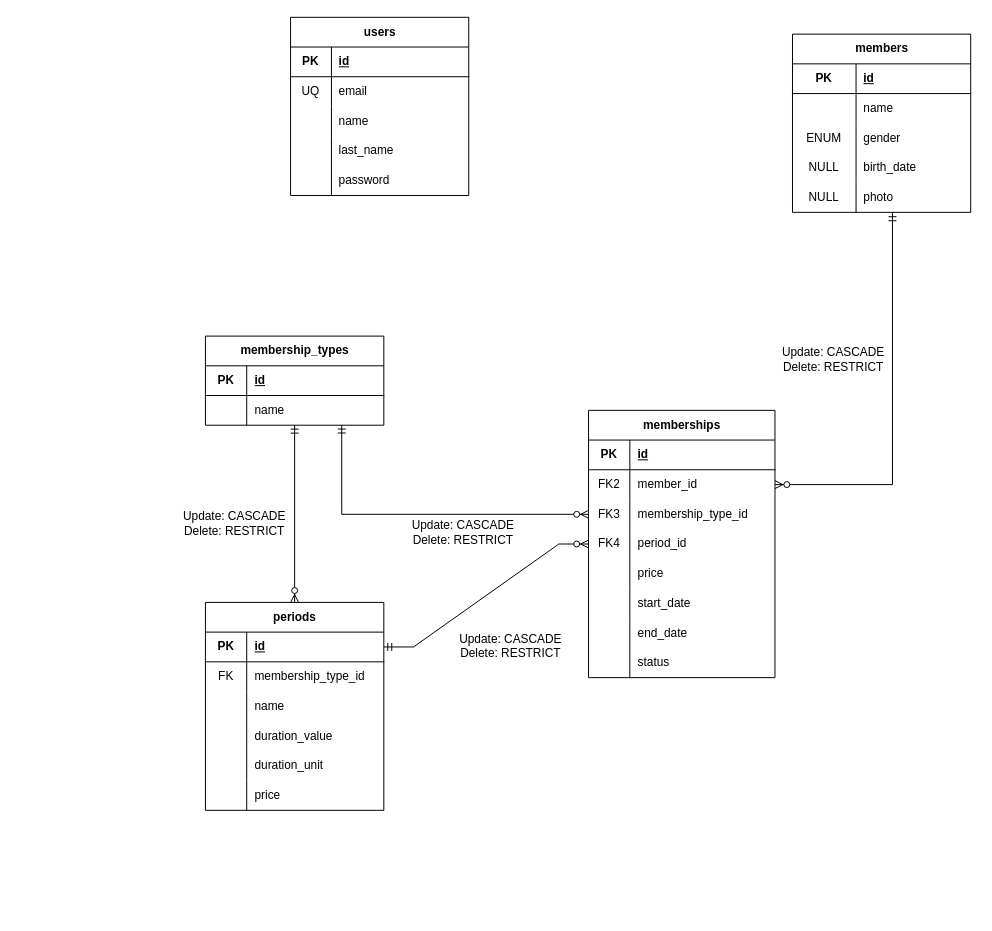
This is docs/logical-design.drawio from hdz-kevin/TecnoGym, a draw.io file, before an edit. Source tidied: cells renumbered, new cells numbered last; positions are measured from the earlier drawing's top-left corner, leaving out a move shared by most shapes. Both pictures are drawn from the tidied source at 99%, with x=0, y=0 at pixel (173, 17).
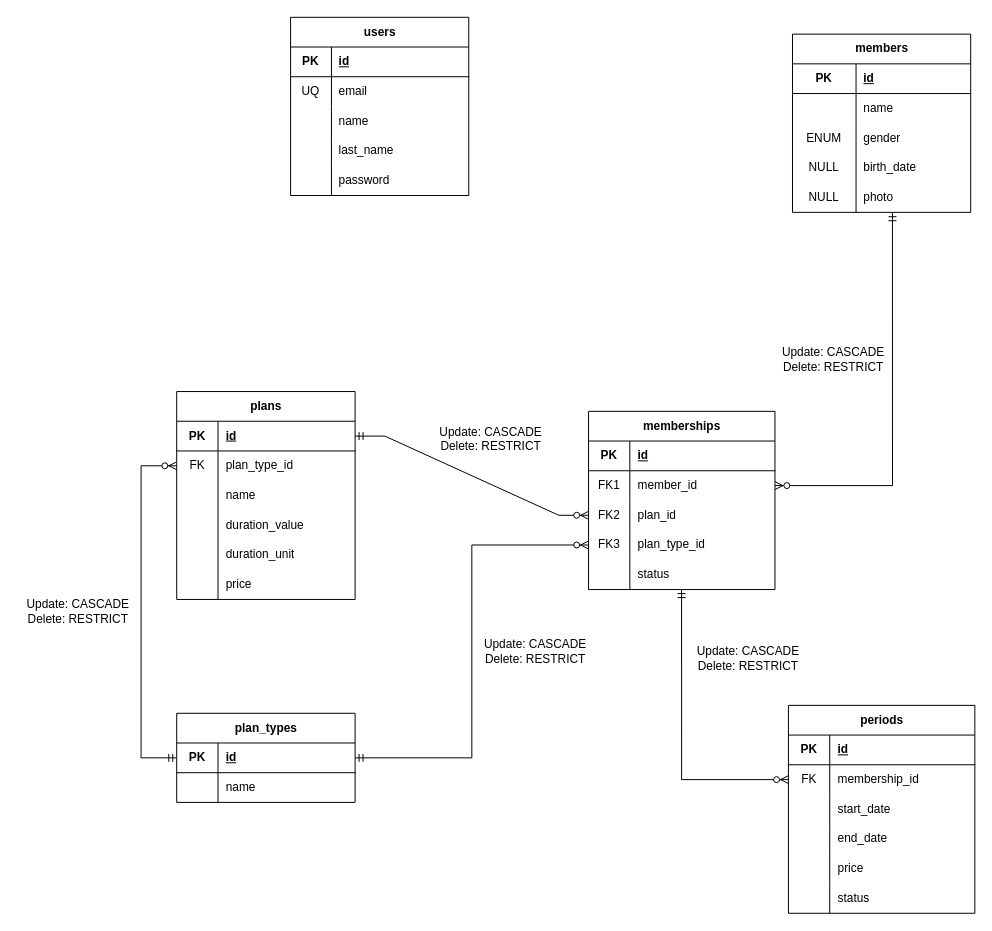
After the change.

Commit message:
update database design

Unchanged cells that the change refers to:
```xml
<mxCell id="35" style="shape=tableRow;horizontal=0;startSize=0;swimlaneHead=0;swimlaneBody=0;fillColor=none;points=[[0,0.5],[1,0.5]];portConstraint=eastwest;top=0;left=0;right=0;bottom=1;" parent="34" vertex="1">
  <mxGeometry y="30" width="180.2" height="30" as="geometry" />
</mxCell>
<mxCell id="38" style="shape=tableRow;horizontal=0;startSize=0;swimlaneHead=0;swimlaneBody=0;fillColor=none;points=[[0,0.5],[1,0.5]];portConstraint=eastwest;top=0;left=0;right=0;bottom=0;" parent="34" vertex="1">
  <mxGeometry y="60" width="180.2" height="30" as="geometry" />
</mxCell>
<mxCell id="42" style="shape=tableRow;horizontal=0;startSize=0;swimlaneHead=0;swimlaneBody=0;fillColor=none;points=[[0,0.5],[1,0.5]];portConstraint=eastwest;top=0;left=0;right=0;bottom=1;" parent="41" vertex="1">
  <mxGeometry y="30" width="180.2" height="30" as="geometry" />
</mxCell>
<mxCell id="45" style="shape=tableRow;horizontal=0;startSize=0;swimlaneHead=0;swimlaneBody=0;fillColor=none;points=[[0,0.5],[1,0.5]];portConstraint=eastwest;top=0;left=0;right=0;bottom=0;" parent="41" vertex="1">
  <mxGeometry y="60" width="180.2" height="30" as="geometry" />
</mxCell>
<mxCell id="65" style="shape=tableRow;horizontal=0;startSize=0;swimlaneHead=0;swimlaneBody=0;fillColor=none;points=[[0,0.5],[1,0.5]];portConstraint=eastwest;top=0;left=0;right=0;bottom=0;" parent="61" vertex="1">
  <mxGeometry y="60" width="188.3" height="30" as="geometry" />
</mxCell>
<mxCell id="68" style="shape=tableRow;horizontal=0;startSize=0;swimlaneHead=0;swimlaneBody=0;fillColor=none;points=[[0,0.5],[1,0.5]];portConstraint=eastwest;top=0;left=0;right=0;bottom=0;" parent="61" vertex="1">
  <mxGeometry y="90" width="188.3" height="30" as="geometry" />
</mxCell>
<mxCell id="71" style="shape=tableRow;horizontal=0;startSize=0;swimlaneHead=0;swimlaneBody=0;fillColor=none;points=[[0,0.5],[1,0.5]];portConstraint=eastwest;top=0;left=0;right=0;bottom=0;" parent="61" vertex="1">
  <mxGeometry y="120" width="188.3" height="30" as="geometry" />
</mxCell>
```

Diff of the diagram source:
```diff
@@
-    <mxCell id="34" value="membership_types" style="shape=table;startSize=30;childLayout=tableLayout;rowLines=0;fontStyle=1;align=center;html=1;" parent="1" vertex="1">
-      <mxGeometry x="32" y="322" width="180.2" height="90" as="geometry" />
+    <mxCell id="34" value="plan_types" style="shape=table;startSize=30;childLayout=tableLayout;rowLines=0;fontStyle=1;align=center;html=1;" parent="1" vertex="1">
+      <mxGeometry x="3" y="703" width="180.2" height="90" as="geometry" />
     </mxCell>
@@
-    <mxCell id="41" value="periods" style="shape=table;startSize=30;childLayout=tableLayout;rowLines=0;fontStyle=1;align=center;html=1;" parent="1" vertex="1">
-      <mxGeometry x="32" y="591" width="180.2" height="210" as="geometry" />
+    <mxCell id="41" value="plans" style="shape=table;startSize=30;childLayout=tableLayout;rowLines=0;fontStyle=1;align=center;html=1;" parent="1" vertex="1">
+      <mxGeometry x="3" y="378" width="180.2" height="210" as="geometry" />
     </mxCell>
@@
-    <mxCell id="47" value="membership_type_id" style="shape=partialRectangle;fillColor=none;top=0;left=0;bottom=0;right=0;align=left;spacingLeft=6;overflow=hidden;whiteSpace=wrap;html=1;" parent="45" vertex="1">
+    <mxCell id="47" value="plan_type_id" style="shape=partialRectangle;fillColor=none;top=0;left=0;bottom=0;right=0;align=left;spacingLeft=6;overflow=hidden;whiteSpace=wrap;html=1;" parent="45" vertex="1">
       <mxGeometry x="41.7" width="138.4" height="30" as="geometry" />
     </mxCell>
@@
-    <mxCell id="60" style="fontSize=12;html=1;endArrow=ERzeroToMany;startArrow=ERmandOne;rounded=0;entryX=0.5;entryY=0;entryDx=0;entryDy=0;exitX=0.5;exitY=1;exitDx=0;exitDy=0;" parent="1" edge="1" source="34" target="41">
-      <mxGeometry relative="1" as="geometry" />
+    <mxCell id="60" style="fontSize=12;html=1;endArrow=ERzeroToMany;startArrow=ERmandOne;rounded=0;exitX=0;exitY=0.5;exitDx=0;exitDy=0;entryX=0;entryY=0.5;entryDx=0;entryDy=0;edgeStyle=orthogonalEdgeStyle;" parent="1" edge="1" source="35" target="45">
+      <mxGeometry relative="1" as="geometry">
+        <Array as="points">
+          <mxPoint x="-33" y="748" />
+          <mxPoint x="-33" y="453" />
+        </Array>
+      </mxGeometry>
     </mxCell>
     <mxCell id="61" value="memberships" style="shape=table;startSize=30;childLayout=tableLayout;rowLines=0;fontStyle=1;align=center;html=1;" parent="1" vertex="1">
-      <mxGeometry x="419" y="397" width="188.3" height="270" as="geometry" />
+      <mxGeometry x="419" y="398" width="188.3" height="180" as="geometry" />
     </mxCell>
@@
-    <mxCell id="66" value="FK2" style="shape=partialRectangle;fillColor=none;top=0;left=0;bottom=0;right=0;overflow=hidden;whiteSpace=wrap;html=1;" parent="65" vertex="1">
+    <mxCell id="66" value="FK1" style="shape=partialRectangle;fillColor=none;top=0;left=0;bottom=0;right=0;overflow=hidden;whiteSpace=wrap;html=1;" parent="65" vertex="1">
       <mxGeometry width="41.7" height="30" as="geometry" />
     </mxCell>
@@
-    <mxCell id="69" value="FK3" style="shape=partialRectangle;fillColor=none;top=0;left=0;bottom=0;right=0;overflow=hidden;whiteSpace=wrap;html=1;" parent="68" vertex="1">
+    <mxCell id="69" value="FK2" style="shape=partialRectangle;fillColor=none;top=0;left=0;bottom=0;right=0;overflow=hidden;whiteSpace=wrap;html=1;" parent="68" vertex="1">
       <mxGeometry width="41.7" height="30" as="geometry" />
     </mxCell>
-    <mxCell id="70" value="membership_type_id" style="shape=partialRectangle;fillColor=none;top=0;left=0;bottom=0;right=0;align=left;spacingLeft=6;overflow=hidden;whiteSpace=wrap;html=1;" parent="68" vertex="1">
+    <mxCell id="70" value="plan_id" style="shape=partialRectangle;fillColor=none;top=0;left=0;bottom=0;right=0;align=left;spacingLeft=6;overflow=hidden;whiteSpace=wrap;html=1;" parent="68" vertex="1">
       <mxGeometry x="41.7" width="146.5" height="30" as="geometry" />
     </mxCell>
@@
-    <mxCell id="72" value="FK4" style="shape=partialRectangle;fillColor=none;top=0;left=0;bottom=0;right=0;overflow=hidden;whiteSpace=wrap;html=1;" parent="71" vertex="1">
+    <mxCell id="72" value="FK3" style="shape=partialRectangle;fillColor=none;top=0;left=0;bottom=0;right=0;overflow=hidden;whiteSpace=wrap;html=1;" parent="71" vertex="1">
       <mxGeometry width="41.7" height="30" as="geometry" />
     </mxCell>
-    <mxCell id="73" value="period_id" style="shape=partialRectangle;fillColor=none;top=0;left=0;bottom=0;right=0;align=left;spacingLeft=6;overflow=hidden;whiteSpace=wrap;html=1;" parent="71" vertex="1">
+    <mxCell id="73" value="plan_type_id" style="shape=partialRectangle;fillColor=none;top=0;left=0;bottom=0;right=0;align=left;spacingLeft=6;overflow=hidden;whiteSpace=wrap;html=1;" parent="71" vertex="1">
       <mxGeometry x="41.7" width="146.5" height="30" as="geometry" />
     </mxCell>
-    <mxCell id="74" style="shape=tableRow;horizontal=0;startSize=0;swimlaneHead=0;swimlaneBody=0;fillColor=none;top=0;left=0;right=0;bottom=0;" parent="61" vertex="1">
-      <mxGeometry y="150" width="188.3" height="30" as="geometry" />
-    </mxCell>
-    <mxCell id="75" style="shape=partialRectangle;fillColor=none;top=0;left=0;bottom=0;right=0;overflow=hidden;whiteSpace=wrap;html=1;" parent="74" vertex="1">
-      <mxGeometry width="41.7" height="30" as="geometry" />
-    </mxCell>
-    <mxCell id="76" value="price" style="shape=partialRectangle;fillColor=none;top=0;left=0;bottom=0;right=0;align=left;spacingLeft=6;overflow=hidden;whiteSpace=wrap;html=1;" parent="74" vertex="1">
-      <mxGeometry x="41.7" width="146.5" height="30" as="geometry" />
-    </mxCell>
-    <mxCell id="77" style="shape=tableRow;horizontal=0;startSize=0;swimlaneHead=0;swimlaneBody=0;fillColor=none;top=0;left=0;right=0;bottom=0;" parent="61" vertex="1">
-      <mxGeometry y="180" width="188.3" height="30" as="geometry" />
-    </mxCell>
-    <mxCell id="78" style="shape=partialRectangle;fillColor=none;top=0;left=0;bottom=0;right=0;overflow=hidden;whiteSpace=wrap;html=1;" parent="77" vertex="1">
-      <mxGeometry width="41.7" height="30" as="geometry" />
-    </mxCell>
-    <mxCell id="79" value="start_date" style="shape=partialRectangle;fillColor=none;top=0;left=0;bottom=0;right=0;align=left;spacingLeft=6;overflow=hidden;whiteSpace=wrap;html=1;" parent="77" vertex="1">
-      <mxGeometry x="41.7" width="146.5" height="30" as="geometry" />
-    </mxCell>
-    <mxCell id="80" style="shape=tableRow;horizontal=0;startSize=0;swimlaneHead=0;swimlaneBody=0;fillColor=none;top=0;left=0;right=0;bottom=0;" parent="61" vertex="1">
-      <mxGeometry y="210" width="188.3" height="30" as="geometry" />
-    </mxCell>
-    <mxCell id="81" style="shape=partialRectangle;fillColor=none;top=0;left=0;bottom=0;right=0;overflow=hidden;whiteSpace=wrap;html=1;" parent="80" vertex="1">
-      <mxGeometry width="41.7" height="30" as="geometry" />
-    </mxCell>
-    <mxCell id="82" value="end_date" style="shape=partialRectangle;fillColor=none;top=0;left=0;bottom=0;right=0;align=left;spacingLeft=6;overflow=hidden;whiteSpace=wrap;html=1;" parent="80" vertex="1">
-      <mxGeometry x="41.7" width="146.5" height="30" as="geometry" />
-    </mxCell>
     <mxCell id="83" style="shape=tableRow;horizontal=0;startSize=0;swimlaneHead=0;swimlaneBody=0;fillColor=none;points=[[0,0.5],[1,0.5]];portConstraint=eastwest;top=0;left=0;right=0;bottom=0;" parent="61" vertex="1">
-      <mxGeometry y="240" width="188.3" height="30" as="geometry" />
+      <mxGeometry y="150" width="188.3" height="30" as="geometry" />
     </mxCell>
@@
-    <mxCell id="86" style="edgeStyle=orthogonalEdgeStyle;fontSize=12;html=1;endArrow=ERzeroToMany;startArrow=ERmandOne;rounded=0;entryX=0;entryY=0.5;entryDx=0;entryDy=0;exitX=0.764;exitY=0.996;exitDx=0;exitDy=0;exitPerimeter=0;" parent="1" edge="1" source="38" target="68">
+    <mxCell id="86" style="edgeStyle=orthogonalEdgeStyle;fontSize=12;html=1;endArrow=ERzeroToMany;startArrow=ERmandOne;rounded=0;exitX=1;exitY=0.5;exitDx=0;exitDy=0;entryX=0;entryY=0.5;entryDx=0;entryDy=0;elbow=vertical;" parent="1" edge="1" source="35" target="71">
       <mxGeometry relative="1" as="geometry" />
     </mxCell>
-    <mxCell id="87" style="edgeStyle=entityRelationEdgeStyle;fontSize=12;html=1;endArrow=ERzeroToMany;startArrow=ERmandOne;rounded=0;entryX=0;entryY=0.5;entryDx=0;entryDy=0;exitX=1;exitY=0.5;exitDx=0;exitDy=0;" parent="1" edge="1" source="42" target="71">
+    <mxCell id="87" style="edgeStyle=entityRelationEdgeStyle;fontSize=12;html=1;endArrow=ERzeroToMany;startArrow=ERmandOne;rounded=0;entryX=0;entryY=0.5;entryDx=0;entryDy=0;exitX=1;exitY=0.5;exitDx=0;exitDy=0;" parent="1" edge="1" source="42" target="68">
       <mxGeometry relative="1" as="geometry" />
     </mxCell>
@@
     <mxCell id="89" value="Update: CASCADE&lt;div&gt;Delete: RESTRICT&lt;/div&gt;" style="text;html=1;align=center;verticalAlign=middle;strokeColor=none;fillColor=none;" parent="1" vertex="1">
-      <mxGeometry x="231" y="499" width="121" height="41" as="geometry" />
+      <mxGeometry x="304" y="620" width="121" height="41" as="geometry" />
     </mxCell>
     <mxCell id="90" value="Update: CASCADE&lt;div&gt;Delete: RESTRICT&lt;/div&gt;" style="text;html=1;align=center;verticalAlign=middle;strokeColor=none;fillColor=none;" parent="1" vertex="1">
-      <mxGeometry x="279" y="614" width="121" height="41" as="geometry" />
+      <mxGeometry x="259" y="405" width="121" height="41" as="geometry" />
     </mxCell>
     <mxCell id="91" value="Update: CASCADE&lt;div&gt;Delete: RESTRICT&lt;/div&gt;" style="text;html=1;align=center;verticalAlign=middle;strokeColor=none;fillColor=none;" parent="1" vertex="1">
-      <mxGeometry y="490" width="121" height="41" as="geometry" />
+      <mxGeometry x="-158" y="579" width="121" height="41" as="geometry" />
     </mxCell>
@@
+    <mxCell id="93" value="periods" style="shape=table;startSize=30;childLayout=tableLayout;rowLines=0;fontStyle=1;align=center;html=1;" parent="1" vertex="1">
+      <mxGeometry x="620.9" y="695" width="188.3" height="210" as="geometry" />
+    </mxCell>
+    <mxCell id="94" style="shape=tableRow;horizontal=0;startSize=0;swimlaneHead=0;swimlaneBody=0;fillColor=none;top=0;left=0;right=0;bottom=1;" parent="93" vertex="1">
+      <mxGeometry y="30" width="188.3" height="30" as="geometry" />
+    </mxCell>
+    <mxCell id="95" value="PK" style="shape=partialRectangle;fillColor=none;top=0;left=0;bottom=0;right=0;fontStyle=1;overflow=hidden;whiteSpace=wrap;html=1;" parent="94" vertex="1">
+      <mxGeometry width="41.7" height="30" as="geometry" />
+    </mxCell>
+    <mxCell id="96" value="id" style="shape=partialRectangle;fillColor=none;top=0;left=0;bottom=0;right=0;align=left;spacingLeft=6;fontStyle=5;overflow=hidden;whiteSpace=wrap;html=1;" parent="94" vertex="1">
+      <mxGeometry x="41.7" width="146.5" height="30" as="geometry" />
+    </mxCell>
+    <mxCell id="97" style="shape=tableRow;horizontal=0;startSize=0;swimlaneHead=0;swimlaneBody=0;fillColor=none;points=[[0,0.5],[1,0.5]];portConstraint=eastwest;top=0;left=0;right=0;bottom=0;" parent="93" vertex="1">
+      <mxGeometry y="60" width="188.3" height="30" as="geometry" />
+    </mxCell>
+    <mxCell id="98" value="FK" style="shape=partialRectangle;fillColor=none;top=0;left=0;bottom=0;right=0;overflow=hidden;whiteSpace=wrap;html=1;" parent="97" vertex="1">
+      <mxGeometry width="41.7" height="30" as="geometry" />
+    </mxCell>
+    <mxCell id="99" value="membership_id" style="shape=partialRectangle;fillColor=none;top=0;left=0;bottom=0;right=0;align=left;spacingLeft=6;overflow=hidden;whiteSpace=wrap;html=1;" parent="97" vertex="1">
+      <mxGeometry x="41.7" width="146.5" height="30" as="geometry" />
+    </mxCell>
+    <mxCell id="100" style="shape=tableRow;horizontal=0;startSize=0;swimlaneHead=0;swimlaneBody=0;fillColor=none;top=0;left=0;right=0;bottom=0;" parent="93" vertex="1">
+      <mxGeometry y="90" width="188.3" height="30" as="geometry" />
+    </mxCell>
+    <mxCell id="101" style="shape=partialRectangle;fillColor=none;top=0;left=0;bottom=0;right=0;overflow=hidden;whiteSpace=wrap;html=1;" parent="100" vertex="1">
+      <mxGeometry width="41.7" height="30" as="geometry" />
+    </mxCell>
+    <mxCell id="79" value="start_date" style="shape=partialRectangle;fillColor=none;top=0;left=0;bottom=0;right=0;align=left;spacingLeft=6;overflow=hidden;whiteSpace=wrap;html=1;" parent="100" vertex="1">
+      <mxGeometry x="41.7" width="146.5" height="30" as="geometry" />
+    </mxCell>
+    <mxCell id="102" style="shape=tableRow;horizontal=0;startSize=0;swimlaneHead=0;swimlaneBody=0;fillColor=none;top=0;left=0;right=0;bottom=0;" parent="93" vertex="1">
+      <mxGeometry y="120" width="188.3" height="30" as="geometry" />
+    </mxCell>
+    <mxCell id="103" style="shape=partialRectangle;fillColor=none;top=0;left=0;bottom=0;right=0;overflow=hidden;whiteSpace=wrap;html=1;" parent="102" vertex="1">
+      <mxGeometry width="41.7" height="30" as="geometry" />
+    </mxCell>
+    <mxCell id="82" value="end_date" style="shape=partialRectangle;fillColor=none;top=0;left=0;bottom=0;right=0;align=left;spacingLeft=6;overflow=hidden;whiteSpace=wrap;html=1;" parent="102" vertex="1">
+      <mxGeometry x="41.7" width="146.5" height="30" as="geometry" />
+    </mxCell>
+    <mxCell id="74" style="shape=tableRow;horizontal=0;startSize=0;swimlaneHead=0;swimlaneBody=0;fillColor=none;top=0;left=0;right=0;bottom=0;" parent="93" vertex="1">
+      <mxGeometry y="150" width="188.3" height="30" as="geometry" />
+    </mxCell>
+    <mxCell id="104" style="shape=partialRectangle;fillColor=none;top=0;left=0;bottom=0;right=0;overflow=hidden;whiteSpace=wrap;html=1;" parent="74" vertex="1">
+      <mxGeometry width="41.7" height="30" as="geometry" />
+    </mxCell>
+    <mxCell id="76" value="price" style="shape=partialRectangle;fillColor=none;top=0;left=0;bottom=0;right=0;align=left;spacingLeft=6;overflow=hidden;whiteSpace=wrap;html=1;" parent="74" vertex="1">
+      <mxGeometry x="41.7" width="146.5" height="30" as="geometry" />
+    </mxCell>
+    <mxCell id="77" style="shape=tableRow;horizontal=0;startSize=0;swimlaneHead=0;swimlaneBody=0;fillColor=none;top=0;left=0;right=0;bottom=0;" parent="93" vertex="1">
+      <mxGeometry y="180" width="188.3" height="30" as="geometry" />
+    </mxCell>
+    <mxCell id="105" style="shape=partialRectangle;fillColor=none;top=0;left=0;bottom=0;right=0;overflow=hidden;whiteSpace=wrap;html=1;" parent="77" vertex="1">
+      <mxGeometry width="41.7" height="30" as="geometry" />
+    </mxCell>
+    <mxCell id="106" value="status" style="shape=partialRectangle;fillColor=none;top=0;left=0;bottom=0;right=0;align=left;spacingLeft=6;overflow=hidden;whiteSpace=wrap;html=1;" parent="77" vertex="1">
+      <mxGeometry x="41.7" width="146.5" height="30" as="geometry" />
+    </mxCell>
+    <mxCell id="107" style="edgeStyle=orthogonalEdgeStyle;fontSize=12;html=1;endArrow=ERzeroToMany;startArrow=ERmandOne;rounded=0;entryX=0;entryY=0.5;entryDx=0;entryDy=0;exitX=0.499;exitY=1.003;exitDx=0;exitDy=0;exitPerimeter=0;" parent="1" edge="1" source="83" target="97">
+      <mxGeometry relative="1" as="geometry" />
+    </mxCell>
+    <mxCell id="108" value="Update: CASCADE&lt;div&gt;Delete: RESTRICT&lt;/div&gt;" style="text;html=1;align=center;verticalAlign=middle;strokeColor=none;fillColor=none;" parent="1" vertex="1">
+      <mxGeometry x="519" y="627" width="121" height="41" as="geometry" />
+    </mxCell>
+    <mxCell id="109" style="text;html=1;align=center;verticalAlign=middle;" parent="1" vertex="1">
+      <mxGeometry x="444" y="793" width="40" height="26" as="geometry" />
+    </mxCell>
```
